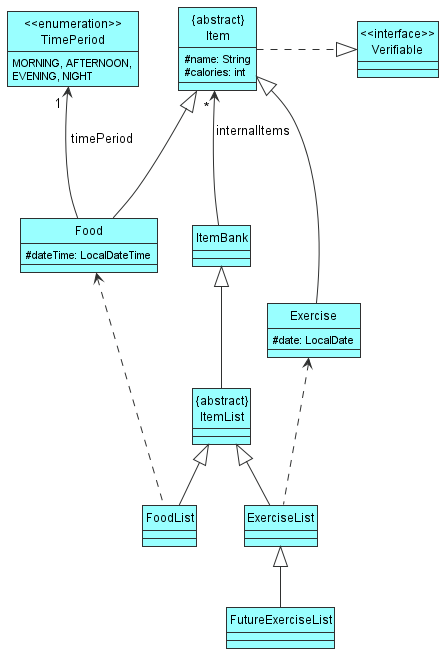
Earlier version of the PlantUML export docs/images/ItemBankAndItemClassDiagram.png (tryyang2001/tp).
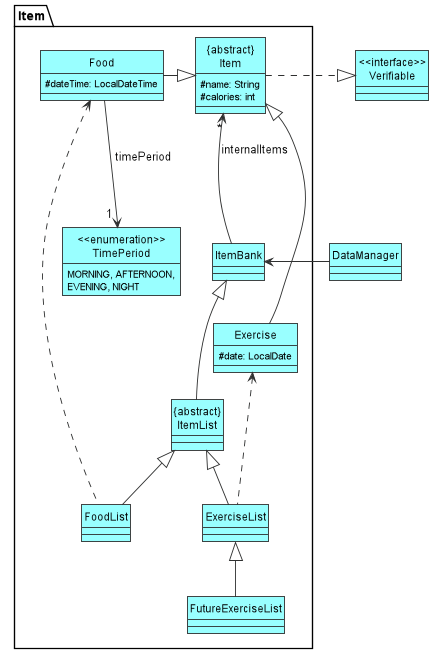
After the commit.

Commit message:
update architecture diagram, add description for State component add Data Component section in DG update ItemBankAndItemClassDiagram

The edit, as a diff of the source:
```diff
@@ -3,13 +3,17 @@
 hide circle
 skinparam classAttributeIconSize 0
 
+class DataManager DATA_COLOUR
+class "<<interface>>\nVerifiable" As Verifiable DATA_COLOUR
+
+
+package "Item" As Item1 {
 class ItemBank DATA_COLOUR
 class "{abstract}\nItemList" as ItemList DATA_COLOUR
 class FoodList DATA_COLOUR
 class ExerciseList DATA_COLOUR
 class FutureExerciseList DATA_COLOUR
-class "<<interface>>\nVerifiable" As Verifiable DATA_COLOUR
-
+DataManager -left-> ItemBank
 class "{abstract}\nItem" as Item DATA_COLOUR{
 #name: String
 #calories: int
@@ -36,12 +40,13 @@
 ExerciseList <|-- FutureExerciseList
 
 Verifiable <|.left. Item : "\t\t"
-Item <|-down- Food
+Item <|-left- Food
 Item <|-- Exercise
-Item "                  *" <-- ItemBank: "internalItems\n\n\n"
-TimePeriod "1 " <-- Food : "timePeriod\n\n"
+Item "*" <-- ItemBank: "internalItems\n\n\n"
+TimePeriod "1 " <-up- Food : "timePeriod\n\n"
 
 Food <.. FoodList
 Exercise <.. ExerciseList
+}
 
 @enduml
```
